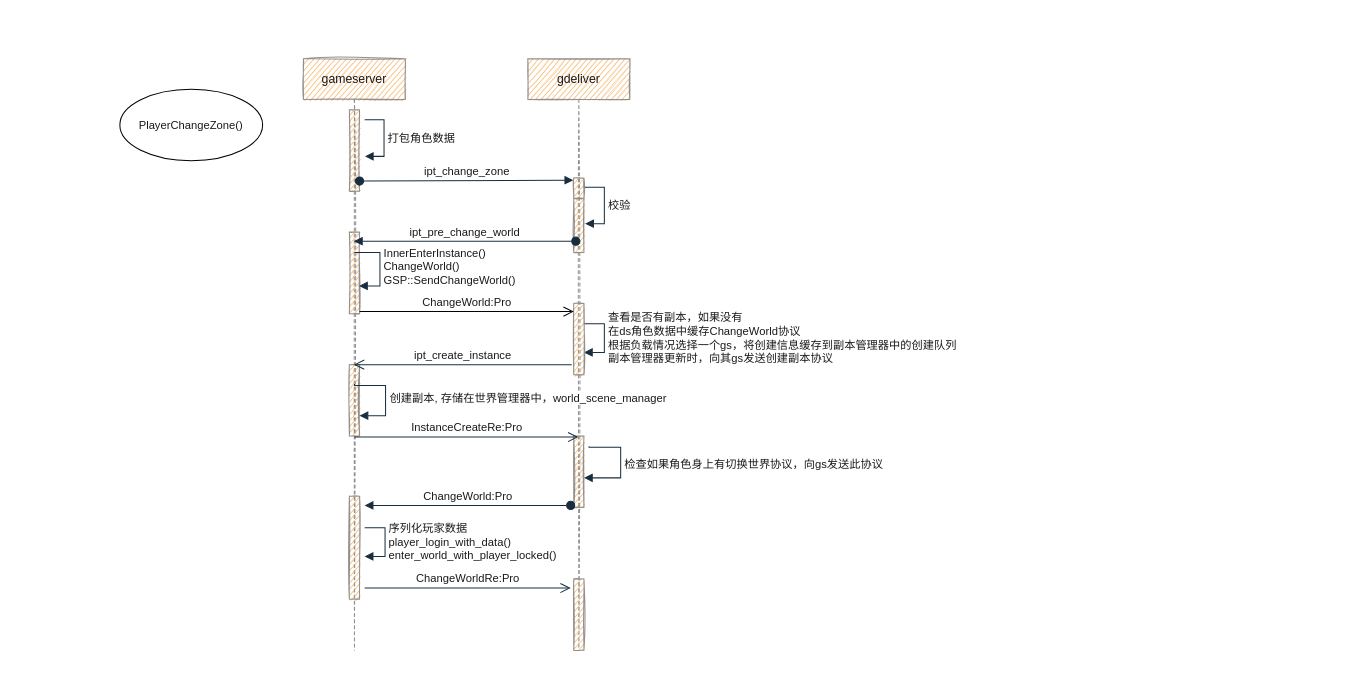
hsoul/lqua keeps this draw.io diagram as page "跨服流程" (8 of 9) of i-server.drawio. Above is the earlier version. Source tidied: cells renumbered, new cells numbered last; positions are measured from the earlier drawing's top-left corner, leaving out a move shared by most shapes. Both pictures are drawn from the tidied source at 102%, with x=0, y=0 at pixel (119, 58).
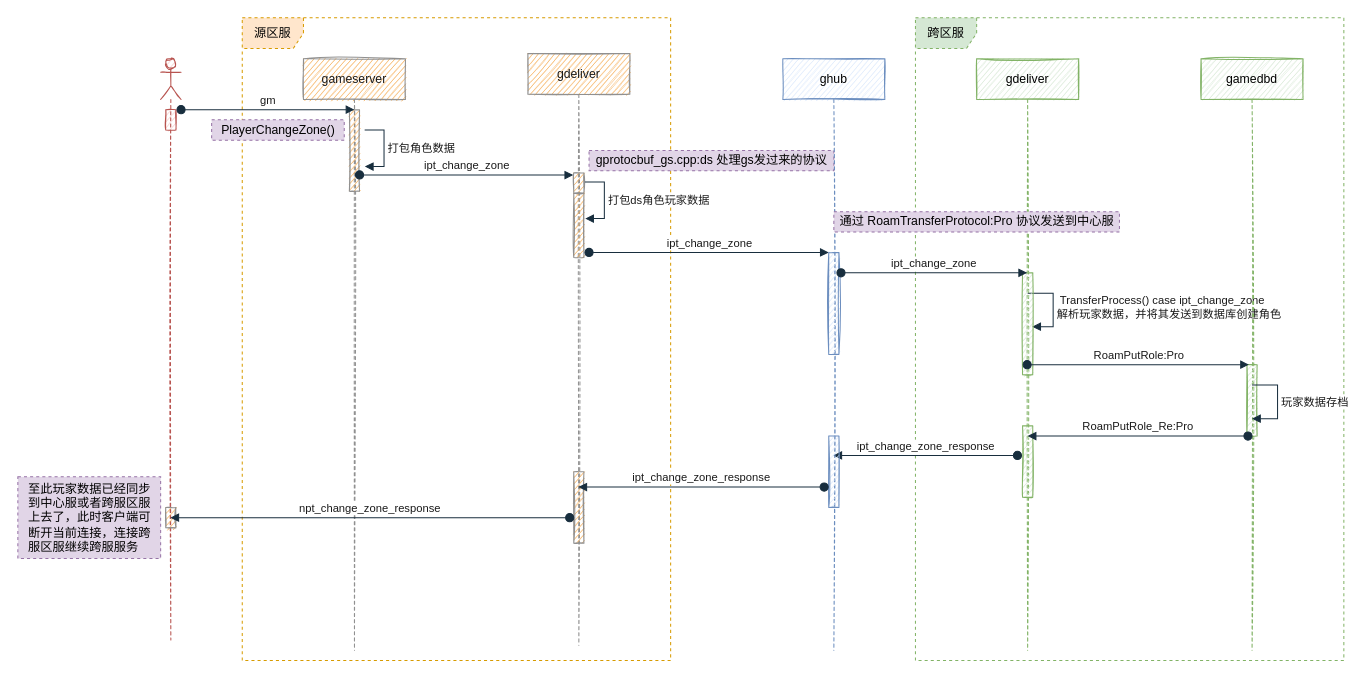
The same page after the edit.

Unchanged cells that the change refers to:
```xml
<mxCell id="2" value="gameserver" style="shape=umlLifeline;perimeter=lifelinePerimeter;whiteSpace=wrap;html=1;outlineConnect=0;rounded=0;sketch=1;strokeColor=#909090;fillColor=#F5AB50;fontColor=#1A1A1A;" parent="1" vertex="1">
  <mxGeometry x="180" width="100" height="580" as="geometry" />
</mxCell>
<mxCell id="9" style="html=1;points=[];perimeter=orthogonalPerimeter;rounded=0;sketch=1;strokeColor=#909090;fillColor=#F5AB50;fontColor=#1A1A1A;" parent="8" vertex="1">
  <mxGeometry x="45" y="117" width="10" height="20" as="geometry" />
</mxCell>
```

Diff of the diagram source:
```diff
@@
+    <mxCell id="28" value="源区服" style="shape=umlFrame;whiteSpace=wrap;html=1;rounded=1;glass=0;sketch=0;strokeColor=#d79b00;fillColor=#ffe6cc;dashed=1;" parent="1" vertex="1">
+      <mxGeometry x="120" y="-40" width="420" height="630" as="geometry" />
+    </mxCell>
+    <mxCell id="29" value="跨区服" style="shape=umlFrame;whiteSpace=wrap;html=1;rounded=1;glass=0;sketch=0;strokeColor=#82b366;fillColor=#d5e8d4;dashed=1;" parent="1" vertex="1">
+      <mxGeometry x="780" y="-40" width="420" height="630" as="geometry" />
+    </mxCell>
@@
     <mxCell id="4" value="ipt_change_zone" style="html=1;verticalAlign=bottom;startArrow=oval;startFill=1;endArrow=block;startSize=8;strokeColor=#182E3E;fontColor=#1A1A1A;entryX=-0.05;entryY=0.108;entryDx=0;entryDy=0;entryPerimeter=0;" parent="2" edge="1" target="9">
       <mxGeometry relative="1" as="geometry">
-        <mxPoint x="55" y="120" as="sourcePoint" />
+        <mxPoint x="55" y="114" as="sourcePoint" />
       </mxGeometry>
     </mxCell>
-    <mxCell id="5" style="html=1;points=[];perimeter=orthogonalPerimeter;rounded=0;sketch=1;strokeColor=#909090;fillColor=#F5AB50;fontColor=#1A1A1A;" parent="2" vertex="1">
-      <mxGeometry x="45" y="300" width="10" height="70" as="geometry" />
-    </mxCell>
-    <mxCell id="6" style="html=1;points=[];perimeter=orthogonalPerimeter;rounded=0;sketch=1;strokeColor=#909090;fillColor=#F5AB50;fontColor=#1A1A1A;" parent="2" vertex="1">
-      <mxGeometry x="45" y="170" width="10" height="80" as="geometry" />
-    </mxCell>
-    <mxCell id="7" style="html=1;points=[];perimeter=orthogonalPerimeter;rounded=0;sketch=1;strokeColor=#909090;fillColor=#F5AB50;fontColor=#1A1A1A;" parent="2" vertex="1">
-      <mxGeometry x="45" y="429" width="10" height="101" as="geometry" />
-    </mxCell>
     <mxCell id="8" value="gdeliver" style="shape=umlLifeline;perimeter=lifelinePerimeter;whiteSpace=wrap;html=1;outlineConnect=0;rounded=0;sketch=1;strokeColor=#909090;fillColor=#F5AB50;fontColor=#1A1A1A;" parent="1" vertex="1">
-      <mxGeometry x="400" width="100" height="580" as="geometry" />
+      <mxGeometry x="400" y="-5" width="100" height="580" as="geometry" />
     </mxCell>
@@
     <mxCell id="10" style="html=1;points=[];perimeter=orthogonalPerimeter;rounded=0;sketch=1;strokeColor=#909090;fillColor=#F5AB50;fontColor=#1A1A1A;" parent="8" vertex="1">
-      <mxGeometry x="45" y="137" width="10" height="53" as="geometry" />
+      <mxGeometry x="45" y="137" width="10" height="63" as="geometry" />
     </mxCell>
-    <mxCell id="11" value="校验" style="edgeStyle=orthogonalEdgeStyle;html=1;align=left;spacingLeft=2;endArrow=block;rounded=0;entryX=1.117;entryY=0.396;strokeColor=#182E3E;fontColor=#1A1A1A;entryDx=0;entryDy=0;entryPerimeter=0;" parent="8" edge="1">
+    <mxCell id="11" value="打包ds角色玩家数据" style="edgeStyle=orthogonalEdgeStyle;html=1;align=left;spacingLeft=2;endArrow=block;rounded=0;entryX=1.117;entryY=0.396;strokeColor=#182E3E;fontColor=#1A1A1A;entryDx=0;entryDy=0;entryPerimeter=0;" parent="8" edge="1">
       <mxGeometry relative="1" as="geometry">
         <mxPoint x="56" y="126" as="sourcePoint" />
         <mxPoint x="56.2" y="161.8" as="targetPoint" />
         <Array as="points">
           <mxPoint x="75" y="126" />
           <mxPoint x="75" y="162" />
         </Array>
       </mxGeometry>
     </mxCell>
-    <mxCell id="12" value="查看是否有副本，如果没有&lt;br&gt;在ds角色数据中缓存ChangeWorld协议&lt;br&gt;根据负载情况选择一个gs，将创建信息缓存到副本管理器中的创建队列&lt;br&gt;副本管理器更新时，向其gs发送创建副本协议" style="edgeStyle=orthogonalEdgeStyle;html=1;align=left;spacingLeft=2;endArrow=block;rounded=0;entryX=1;entryY=0;strokeColor=#182E3E;fontColor=#1A1A1A;" parent="8" edge="1">
-      <mxGeometry relative="1" as="geometry">
-        <mxPoint x="55" y="260" as="sourcePoint" />
-        <mxPoint x="55" y="288" as="targetPoint" />
-        <Array as="points">
-          <mxPoint x="55" y="260" />
-          <mxPoint x="75" y="260" />
-          <mxPoint x="75" y="288" />
-        </Array>
-      </mxGeometry>
-    </mxCell>
     <mxCell id="13" style="html=1;points=[];perimeter=orthogonalPerimeter;rounded=0;sketch=1;strokeColor=#909090;fillColor=#F5AB50;fontColor=#1A1A1A;" parent="8" vertex="1">
-      <mxGeometry x="45" y="370" width="10" height="70" as="geometry" />
+      <mxGeometry x="45" y="410" width="10" height="70" as="geometry" />
     </mxCell>
-    <mxCell id="14" style="html=1;points=[];perimeter=orthogonalPerimeter;rounded=0;sketch=1;strokeColor=#909090;fillColor=#F5AB50;fontColor=#1A1A1A;" parent="8" vertex="1">
-      <mxGeometry x="45" y="240" width="10" height="70" as="geometry" />
-    </mxCell>
-    <mxCell id="15" style="html=1;points=[];perimeter=orthogonalPerimeter;rounded=0;sketch=1;strokeColor=#909090;fillColor=#F5AB50;fontColor=#1A1A1A;direction=west;" parent="8" vertex="1">
-      <mxGeometry x="45" y="510" width="10" height="70" as="geometry" />
-    </mxCell>
-    <mxCell id="16" value="ipt_pre_change_world" style="html=1;verticalAlign=bottom;startArrow=oval;endArrow=block;startSize=8;strokeColor=#182E3E;fontColor=#1A1A1A;exitX=0.2;exitY=0.792;exitDx=0;exitDy=0;exitPerimeter=0;" parent="1" edge="1" source="10" target="2">
-      <mxGeometry relative="1" as="geometry" />
+    <mxCell id="16" value="ipt_change_zone" style="html=1;verticalAlign=bottom;startArrow=oval;endArrow=block;startSize=8;strokeColor=#182E3E;fontColor=#1A1A1A;entryX=0;entryY=0;entryDx=0;entryDy=0;entryPerimeter=0;" parent="1" edge="1" target="41">
+      <mxGeometry relative="1" as="geometry">
+        <mxPoint x="460" y="190" as="sourcePoint" />
+      </mxGeometry>
     </mxCell>
-    <mxCell id="17" value="ipt_create_instance" style="html=1;verticalAlign=bottom;endArrow=open;endSize=8;strokeColor=#182E3E;fontColor=#1A1A1A;exitX=-0.2;exitY=0.857;exitDx=0;exitDy=0;exitPerimeter=0;" parent="1" edge="1" source="14" target="2">
-      <mxGeometry relative="1" as="geometry" />
-    </mxCell>
-    <mxCell id="18" value="InnerEnterInstance()&lt;br&gt;ChangeWorld()&lt;br&gt;GSP::SendChangeWorld()" style="edgeStyle=orthogonalEdgeStyle;html=1;align=left;spacingLeft=2;endArrow=block;rounded=0;strokeColor=#182E3E;fontColor=#1A1A1A;entryX=1.45;entryY=0.66;entryDx=0;entryDy=0;entryPerimeter=0;" parent="1" edge="1">
+    <mxCell id="18" value="&amp;nbsp;TransferProcess() case ipt_change_zone&lt;br&gt;解析玩家数据，并将其发送到数据库创建角色" style="edgeStyle=orthogonalEdgeStyle;html=1;align=left;spacingLeft=2;endArrow=block;rounded=0;strokeColor=#182E3E;fontColor=#1A1A1A;entryX=1.45;entryY=0.66;entryDx=0;entryDy=0;entryPerimeter=0;" parent="1" edge="1">
       <mxGeometry relative="1" as="geometry">
-        <mxPoint x="230" y="190" as="sourcePoint" />
-        <mxPoint x="234.5" y="222.8" as="targetPoint" />
+        <mxPoint x="890" y="230" as="sourcePoint" />
+        <mxPoint x="894.5" y="262.8" as="targetPoint" />
         <Array as="points">
-          <mxPoint x="255" y="190" />
-          <mxPoint x="255" y="223" />
+          <mxPoint x="915" y="230" />
+          <mxPoint x="915" y="263" />
         </Array>
       </mxGeometry>
     </mxCell>
-    <mxCell id="19" value="ChangeWorld:Pro" style="html=1;verticalAlign=bottom;endArrow=open;endSize=8;fontColor=#1A1A1A;exitX=1;exitY=0.975;exitDx=0;exitDy=0;exitPerimeter=0;" parent="1" edge="1" source="6" target="14">
-      <mxGeometry relative="1" as="geometry" />
-    </mxCell>
-    <mxCell id="20" value="序列化玩家数据&lt;br&gt;player_login_with_data()&lt;br&gt;enter_world_with_player_locked()" style="edgeStyle=orthogonalEdgeStyle;html=1;align=left;spacingLeft=2;endArrow=block;rounded=0;strokeColor=#182E3E;fontColor=#1A1A1A;" parent="1" edge="1">
-      <mxGeometry relative="1" as="geometry">
-        <mxPoint x="240" y="460" as="sourcePoint" />
-        <mxPoint x="240" y="488" as="targetPoint" />
-        <Array as="points">
-          <mxPoint x="260" y="460" />
-          <mxPoint x="260" y="488" />
-        </Array>
-      </mxGeometry>
-    </mxCell>
-    <mxCell id="21" value="创建副本, 存储在世界管理器中，world_scene_manager" style="edgeStyle=orthogonalEdgeStyle;html=1;align=left;spacingLeft=2;endArrow=block;rounded=0;strokeColor=#182E3E;fontColor=#1A1A1A;exitX=1.45;exitY=0.695;exitDx=0;exitDy=0;exitPerimeter=0;" parent="1" edge="1">
-      <mxGeometry relative="1" as="geometry">
-        <mxPoint x="230" y="319" as="sourcePoint" />
-        <mxPoint x="235" y="350" as="targetPoint" />
-        <Array as="points">
-          <mxPoint x="230.5" y="320.4" />
-          <mxPoint x="260.5" y="320.4" />
-          <mxPoint x="260.5" y="350.4" />
-        </Array>
-      </mxGeometry>
-    </mxCell>
-    <mxCell id="22" value="InstanceCreateRe:Pro" style="html=1;verticalAlign=bottom;endArrow=open;endSize=8;strokeColor=#182E3E;fontColor=#1A1A1A;exitX=0.5;exitY=1.014;exitDx=0;exitDy=0;exitPerimeter=0;" parent="1" edge="1" source="5" target="8">
-      <mxGeometry relative="1" as="geometry" />
-    </mxCell>
-    <mxCell id="23" value="检查如果角色身上有切换世界协议，向gs发送此协议" style="edgeStyle=orthogonalEdgeStyle;html=1;align=left;spacingLeft=2;endArrow=block;rounded=0;strokeColor=#182E3E;fontColor=#1A1A1A;exitX=1.45;exitY=0.695;exitDx=0;exitDy=0;exitPerimeter=0;" parent="1" edge="1" target="13">
-      <mxGeometry relative="1" as="geometry">
-        <mxPoint x="460" y="380" as="sourcePoint" />
-        <Array as="points">
-          <mxPoint x="460" y="381" />
-          <mxPoint x="491" y="381" />
-          <mxPoint x="491" y="411" />
-        </Array>
-      </mxGeometry>
-    </mxCell>
-    <mxCell id="24" value="ChangeWorld:Pro" style="html=1;verticalAlign=bottom;startArrow=oval;endArrow=block;startSize=8;strokeColor=#182E3E;fontColor=#1A1A1A;" parent="1" edge="1">
-      <mxGeometry relative="1" as="geometry">
-        <mxPoint x="442" y="438" as="sourcePoint" />
-        <mxPoint x="240" y="438" as="targetPoint" />
-      </mxGeometry>
-    </mxCell>
-    <mxCell id="25" value="ChangeWorldRe:Pro" style="html=1;verticalAlign=bottom;endArrow=open;endSize=8;strokeColor=#182E3E;fontColor=#1A1A1A;exitX=1.5;exitY=0.891;exitDx=0;exitDy=0;exitPerimeter=0;entryX=1.3;entryY=0.871;entryDx=0;entryDy=0;entryPerimeter=0;" parent="1" edge="1" source="7" target="15">
-      <mxGeometry relative="1" as="geometry" />
-    </mxCell>
+    <mxCell id="27" value="打包角色数据" style="edgeStyle=orthogonalEdgeStyle;html=1;align=left;spacingLeft=2;endArrow=block;rounded=0;entryX=1.117;entryY=0.396;strokeColor=#182E3E;fontColor=#1A1A1A;entryDx=0;entryDy=0;entryPerimeter=0;" parent="1" edge="1">
+      <mxGeometry relative="1" as="geometry">
+        <mxPoint x="240" y="70" as="sourcePoint" />
+        <mxPoint x="240.2" y="105.8" as="targetPoint" />
+        <Array as="points">
+          <mxPoint x="259" y="70" />
+          <mxPoint x="259" y="106" />
+        </Array>
+      </mxGeometry>
+    </mxCell>
+    <mxCell id="30" value="gprotocbuf_gs.cpp:ds 处理gs发过来的协议" style="text;html=1;align=center;verticalAlign=middle;fillColor=#e1d5e7;rounded=0;glass=0;sketch=0;dashed=1;strokeColor=#9673a6;" parent="1" vertex="1">
+      <mxGeometry x="460" y="90" width="240" height="20" as="geometry" />
+    </mxCell>
+    <mxCell id="31" value="gdeliver" style="shape=umlLifeline;perimeter=lifelinePerimeter;whiteSpace=wrap;html=1;outlineConnect=0;rounded=0;sketch=1;strokeColor=#82b366;fillColor=#d5e8d4;" parent="1" vertex="1">
+      <mxGeometry x="840" width="100" height="580" as="geometry" />
+    </mxCell>
+    <mxCell id="32" style="html=1;perimeter=orthogonalPerimeter;rounded=0;sketch=1;strokeColor=#82b366;fillColor=#d5e8d4;" parent="31" vertex="1">
+      <mxGeometry x="45" y="210" width="10" height="100" as="geometry" />
+    </mxCell>
+    <mxCell id="33" style="html=1;points=[];perimeter=orthogonalPerimeter;rounded=0;sketch=1;strokeColor=#82b366;fillColor=#d5e8d4;" parent="31" vertex="1">
+      <mxGeometry x="45" y="360" width="10" height="70" as="geometry" />
+    </mxCell>
+    <mxCell id="34" value="gamedbd" style="shape=umlLifeline;perimeter=lifelinePerimeter;whiteSpace=wrap;html=1;rounded=0;sketch=1;strokeColor=#82b366;fillColor=#d5e8d4;" parent="1" vertex="1">
+      <mxGeometry x="1060" width="100" height="580" as="geometry" />
+    </mxCell>
+    <mxCell id="35" style="html=1;points=[];perimeter=orthogonalPerimeter;rounded=0;sketch=1;strokeColor=#82b366;fillColor=#d5e8d4;" parent="34" vertex="1">
+      <mxGeometry x="45" y="300" width="10" height="70" as="geometry" />
+    </mxCell>
+    <mxCell id="36" value="RoamPutRole:Pro" style="html=1;verticalAlign=bottom;startArrow=oval;endArrow=block;startSize=8;strokeColor=#182E3E;fontColor=#1A1A1A;entryX=0.2;entryY=0;entryDx=0;entryDy=0;entryPerimeter=0;" parent="1" edge="1" source="31" target="35">
+      <mxGeometry relative="1" as="geometry" />
+    </mxCell>
+    <mxCell id="37" value="玩家数据存档" style="edgeStyle=orthogonalEdgeStyle;html=1;align=left;spacingLeft=2;endArrow=block;rounded=0;strokeColor=#182E3E;fontColor=#1A1A1A;" parent="1" edge="1">
+      <mxGeometry relative="1" as="geometry">
+        <mxPoint x="1110" y="320" as="sourcePoint" />
+        <mxPoint x="1110" y="353" as="targetPoint" />
+        <Array as="points">
+          <mxPoint x="1135" y="320" />
+          <mxPoint x="1135" y="353" />
+        </Array>
+      </mxGeometry>
+    </mxCell>
+    <mxCell id="38" value="RoamPutRole_Re:Pro" style="html=1;verticalAlign=bottom;startArrow=oval;endArrow=block;startSize=8;strokeColor=#182E3E;fontColor=#1A1A1A;exitX=0.1;exitY=1;exitDx=0;exitDy=0;exitPerimeter=0;entryX=0.5;entryY=0.143;entryDx=0;entryDy=0;entryPerimeter=0;" parent="1" edge="1" source="35" target="33">
+      <mxGeometry relative="1" as="geometry" />
+    </mxCell>
+    <mxCell id="39" value="ipt_change_zone_response" style="html=1;verticalAlign=bottom;startArrow=oval;endArrow=block;startSize=8;strokeColor=#182E3E;fontColor=#1A1A1A;exitX=-0.5;exitY=0.414;exitDx=0;exitDy=0;exitPerimeter=0;" parent="1" edge="1" source="33" target="40">
+      <mxGeometry relative="1" as="geometry" />
+    </mxCell>
+    <mxCell id="40" value="ghub" style="shape=umlLifeline;perimeter=lifelinePerimeter;whiteSpace=wrap;html=1;outlineConnect=0;rounded=0;sketch=1;strokeColor=#6c8ebf;fillColor=#dae8fc;" parent="1" vertex="1">
+      <mxGeometry x="650" width="100" height="580" as="geometry" />
+    </mxCell>
+    <mxCell id="41" style="html=1;points=[];perimeter=orthogonalPerimeter;rounded=0;sketch=1;strokeColor=#6c8ebf;fillColor=#dae8fc;" parent="40" vertex="1">
+      <mxGeometry x="45" y="190" width="10" height="100" as="geometry" />
+    </mxCell>
+    <mxCell id="42" style="html=1;perimeter=orthogonalPerimeter;rounded=0;sketch=1;strokeColor=#6c8ebf;fillColor=#dae8fc;" parent="40" vertex="1">
+      <mxGeometry x="45" y="370" width="10" height="70" as="geometry" />
+    </mxCell>
+    <mxCell id="43" value="ipt_change_zone" style="html=1;verticalAlign=bottom;startArrow=oval;endArrow=block;startSize=8;strokeColor=#182E3E;fontColor=#1A1A1A;exitX=1.2;exitY=0.2;exitDx=0;exitDy=0;exitPerimeter=0;" parent="1" edge="1" source="41" target="31">
+      <mxGeometry relative="1" as="geometry" />
+    </mxCell>
+    <mxCell id="44" value="通过 RoamTransferProtocol:Pro 协议发送到中心服" style="text;html=1;align=center;verticalAlign=middle;fillColor=#e1d5e7;rounded=0;glass=0;dashed=1;sketch=0;strokeColor=#9673a6;" parent="1" vertex="1">
+      <mxGeometry x="700" y="150" width="280" height="20" as="geometry" />
+    </mxCell>
+    <mxCell id="45" value="ipt_change_zone_response" style="html=1;verticalAlign=bottom;startArrow=oval;endArrow=block;startSize=8;strokeColor=#182E3E;fontColor=#1A1A1A;exitX=-0.5;exitY=0.414;exitDx=0;exitDy=0;exitPerimeter=0;" parent="1" edge="1" target="8">
+      <mxGeometry relative="1" as="geometry">
+        <mxPoint x="690.5" y="420" as="sourcePoint" />
+      </mxGeometry>
+    </mxCell>
-    <mxCell id="26" value="&lt;span style=&quot;color: rgb(26 , 26 , 26) ; font-size: 11px ; text-align: left ; background-color: rgb(255 , 255 , 255)&quot;&gt;PlayerChangeZone()&lt;/span&gt;" style="ellipse;whiteSpace=wrap;html=1;fillColor=none;" parent="1" vertex="1">
-      <mxGeometry y="30" width="140" height="70" as="geometry" />
+    <mxCell id="26" value="&lt;div style=&quot;text-align: left&quot;&gt;PlayerChangeZone()&lt;br&gt;&lt;/div&gt;" style="text;html=1;align=center;verticalAlign=middle;fillColor=#e1d5e7;rounded=0;glass=0;dashed=1;sketch=0;strokeColor=#9673a6;" parent="1" vertex="1">
+      <mxGeometry x="90" y="60" width="130" height="20" as="geometry" />
     </mxCell>
-    <mxCell id="27" value="打包角色数据" style="edgeStyle=orthogonalEdgeStyle;html=1;align=left;spacingLeft=2;endArrow=block;rounded=0;entryX=1.117;entryY=0.396;strokeColor=#182E3E;fontColor=#1A1A1A;entryDx=0;entryDy=0;entryPerimeter=0;" parent="1" edge="1">
-      <mxGeometry relative="1" as="geometry">
-        <mxPoint x="240" y="60" as="sourcePoint" />
-        <mxPoint x="240.2" y="95.8" as="targetPoint" />
-        <Array as="points">
-          <mxPoint x="259" y="60" />
-          <mxPoint x="259" y="96" />
-        </Array>
-      </mxGeometry>
-    </mxCell>
+    <mxCell id="46" style="shape=umlLifeline;participant=umlActor;perimeter=lifelinePerimeter;whiteSpace=wrap;html=1;verticalAlign=top;spacingTop=36;outlineConnect=0;rounded=0;sketch=1;strokeColor=#b85450;fillColor=#f8cecc;" parent="1" vertex="1">
+      <mxGeometry x="40" width="20" height="570" as="geometry" />
+    </mxCell>
+    <mxCell id="47" style="html=1;perimeter=orthogonalPerimeter;rounded=0;sketch=1;strokeColor=#b85450;fillColor=#f8cecc;" parent="46" vertex="1">
+      <mxGeometry x="5" y="50" width="10" height="20" as="geometry" />
+    </mxCell>
+    <mxCell id="48" style="html=1;perimeter=orthogonalPerimeter;rounded=0;sketch=1;strokeColor=#909090;fillColor=#F5AB50;fontColor=#1A1A1A;" parent="46" vertex="1">
+      <mxGeometry x="5" y="440" width="10" height="20" as="geometry" />
+    </mxCell>
+    <mxCell id="49" value="gm" style="html=1;verticalAlign=bottom;startArrow=oval;startFill=1;endArrow=block;startSize=8;strokeColor=#182E3E;fontColor=#1A1A1A;" parent="1" edge="1">
+      <mxGeometry relative="1" as="geometry">
+        <mxPoint x="60" y="50" as="sourcePoint" />
+        <mxPoint x="230" y="50" as="targetPoint" />
+      </mxGeometry>
+    </mxCell>
+    <mxCell id="50" value="npt_change_zone_response" style="html=1;verticalAlign=bottom;startArrow=oval;endArrow=block;startSize=8;strokeColor=#182E3E;fontColor=#1A1A1A;exitX=-0.5;exitY=0.414;exitDx=0;exitDy=0;exitPerimeter=0;" parent="1" edge="1" target="46">
+      <mxGeometry relative="1" as="geometry">
+        <mxPoint x="441" y="450" as="sourcePoint" />
+      </mxGeometry>
+    </mxCell>
+    <mxCell id="51" value="&lt;div style=&quot;text-align: left&quot;&gt;&lt;div&gt;至此玩家数据已经同步&lt;/div&gt;&lt;div&gt;到中心服或者跨服区服&lt;/div&gt;&lt;div&gt;上去了，此时客户端可&lt;/div&gt;&lt;div&gt;断开当前连接，连接跨&lt;/div&gt;&lt;div&gt;服区服继续跨服服务&lt;/div&gt;&lt;/div&gt;" style="text;html=1;align=center;verticalAlign=middle;fillColor=#e1d5e7;rounded=0;glass=0;dashed=1;sketch=0;strokeColor=#9673a6;" parent="1" vertex="1">
+      <mxGeometry x="-100" y="410" width="140" height="80" as="geometry" />
+    </mxCell>
```
